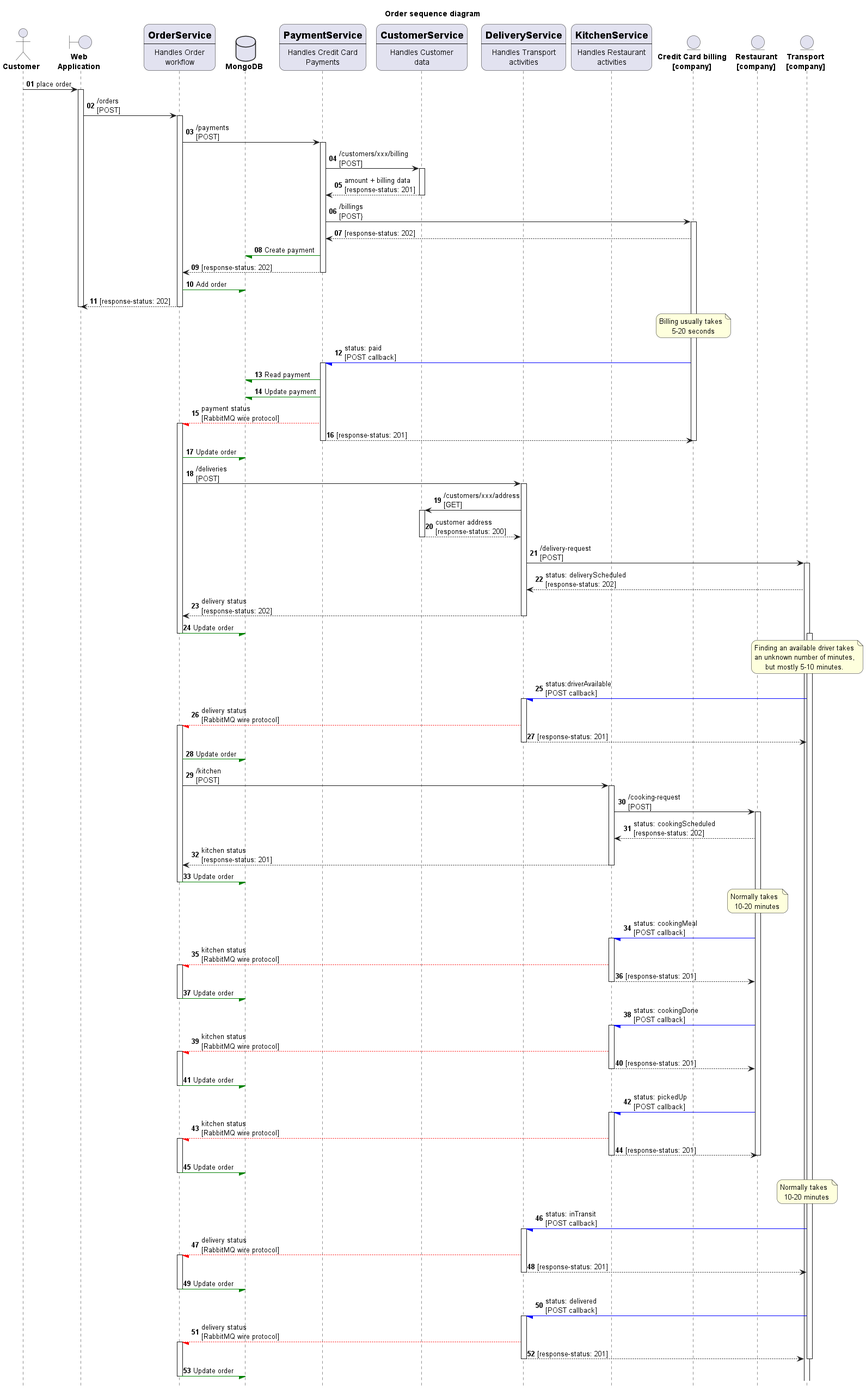
ycc140/fastapi_messaging keeps this PlantUML diagram as design_docs/order_full_sequence_diagram.png. Above is the earlier version.
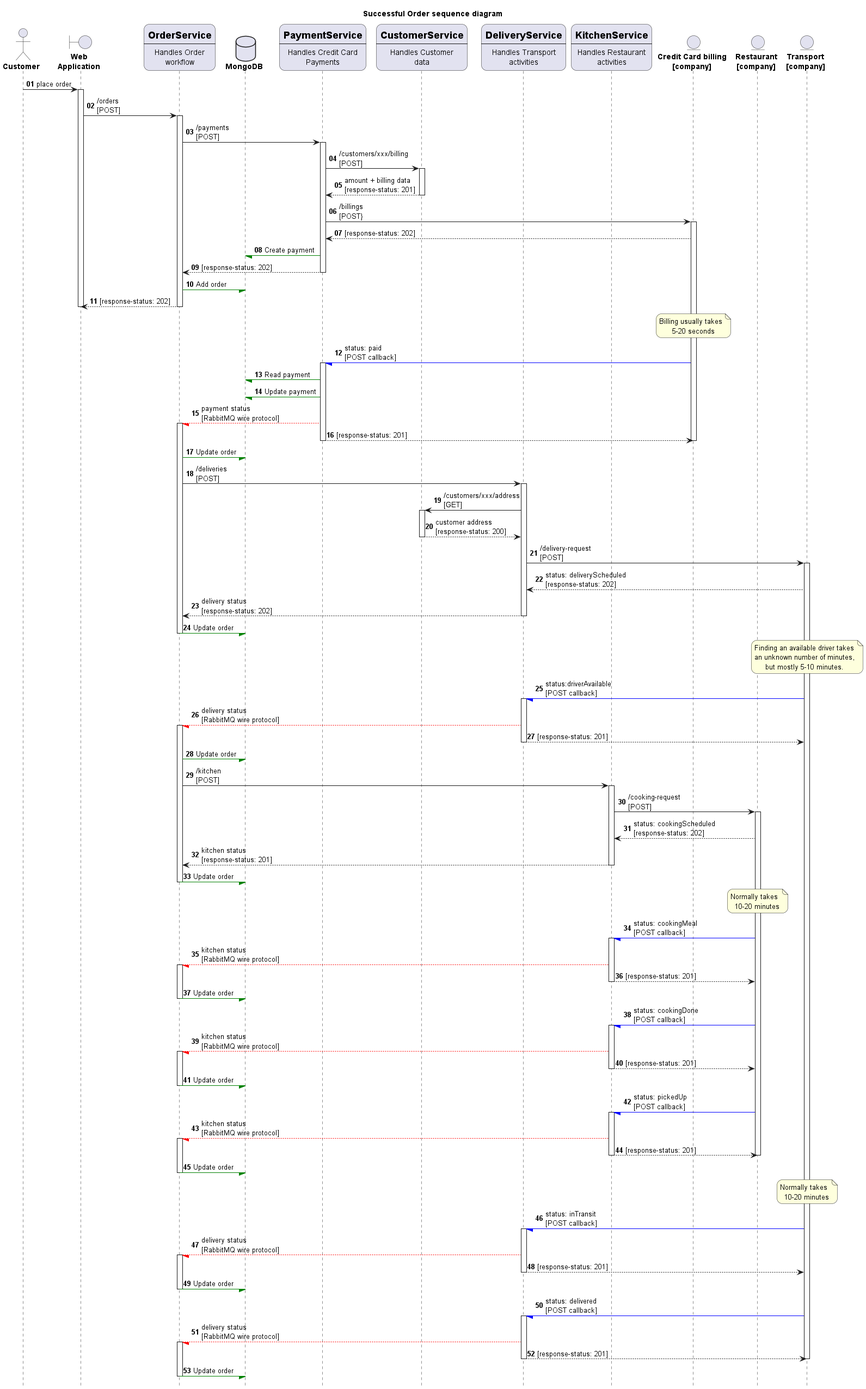
Above is the later version.

What changed in the source:
```diff
@@ -1,7 +1,7 @@
 @startuml
 
 
-title Order sequence diagram
+title Successful Order sequence diagram
 
 hide footbox
 autonumber "<B>00"
@@ -110,7 +110,6 @@
      but mostly 5-10 minutes.
 end note
 
-activate DELIVERY
 DELIVERY -[#blue]/ DS: status:driverAvailable\n[POST callback]
 activate DS
 DS --[#red]/ OS: delivery status\n[RabbitMQ wire protocol]
```
